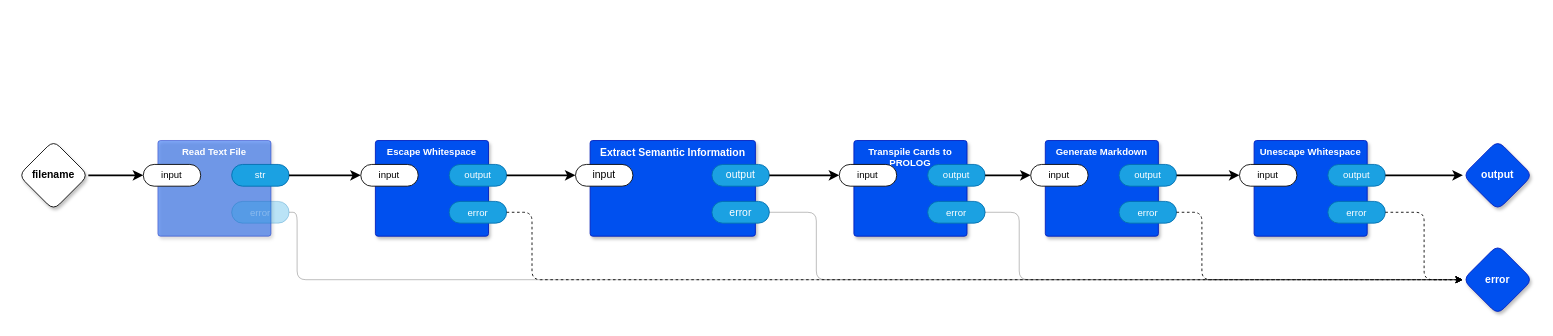
Above: page "main" (1 of 14) of top.drawio in guitarvydas/kinopio2md (draw.io), before the change. Source tidied: cells renumbered, new cells numbered last; positions are measured from the earlier drawing's top-left corner, leaving out a move shared by most shapes. Both pictures are drawn from the tidied source at 87%, with x=0, y=0 at pixel (18, 140).
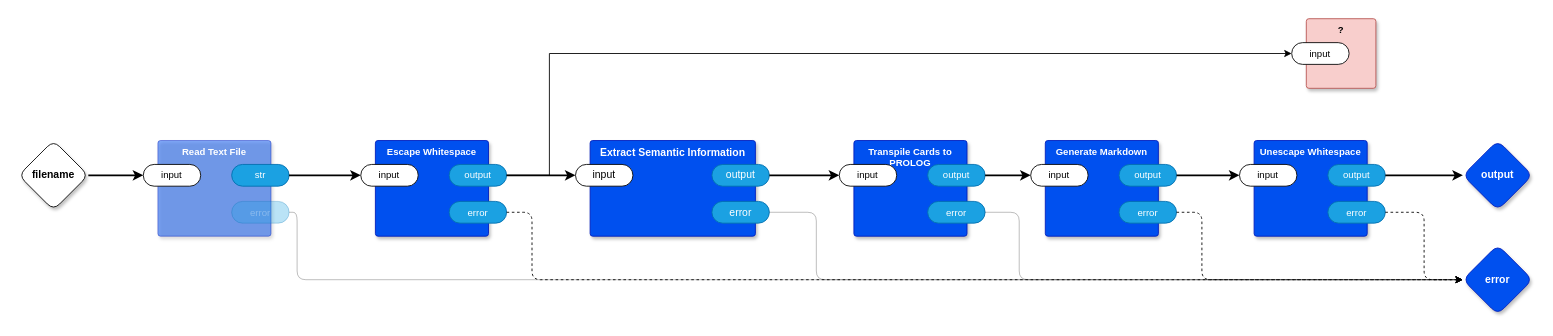
The same diagram, later.

The change refers to these unchanged cells:
```xml
<mxCell id="31" value="output" style="rounded=1;whiteSpace=wrap;html=1;sketch=0;points=[[0,0.5,0,0,0],[1,0.5,0,0,0]];fillColor=#1ba1e2;fontColor=#ffffff;strokeColor=#006EAF;arcSize=50;fontFamily=Helvetica;fontSize=11;" parent="29" vertex="1">
  <mxGeometry x="84.8" y="27.5" width="66" height="25" as="geometry" />
</mxCell>
```

Diff of the diagram source:
```diff
@@
+    <mxCell id="42" value="?" style="rounded=1;whiteSpace=wrap;html=1;sketch=0;verticalAlign=top;arcSize=6;fontStyle=1;absoluteArcSize=1;shadow=1;strokeColor=#b85450;fillColor=#f8cecc;fontFamily=Helvetica;fontSize=11;" parent="1" vertex="1">
+      <mxGeometry x="1480" y="-140" width="80" height="80" as="geometry" />
+    </mxCell>
+    <mxCell id="43" value="input" style="rounded=1;whiteSpace=wrap;html=1;sketch=0;points=[[0,0.5,0,0,0],[1,0.5,0,0,0]];arcSize=50;fontFamily=Helvetica;fontSize=11;fontColor=default;" parent="42" vertex="1">
+      <mxGeometry x="-16.8" y="27.5" width="66" height="25" as="geometry" />
+    </mxCell>
+    <mxCell id="44" style="edgeStyle=orthogonalEdgeStyle;rounded=0;jettySize=auto;html=1;exitX=1;exitY=0.5;exitDx=0;exitDy=0;exitPerimeter=0;entryX=0;entryY=0.5;entryDx=0;entryDy=0;entryPerimeter=0;" parent="1" edge="1" source="31" target="43">
+      <mxGeometry relative="1" as="geometry">
+        <Array as="points">
+          <mxPoint x="610" y="40" />
+          <mxPoint x="610" y="-100" />
+        </Array>
+      </mxGeometry>
+    </mxCell>
```
